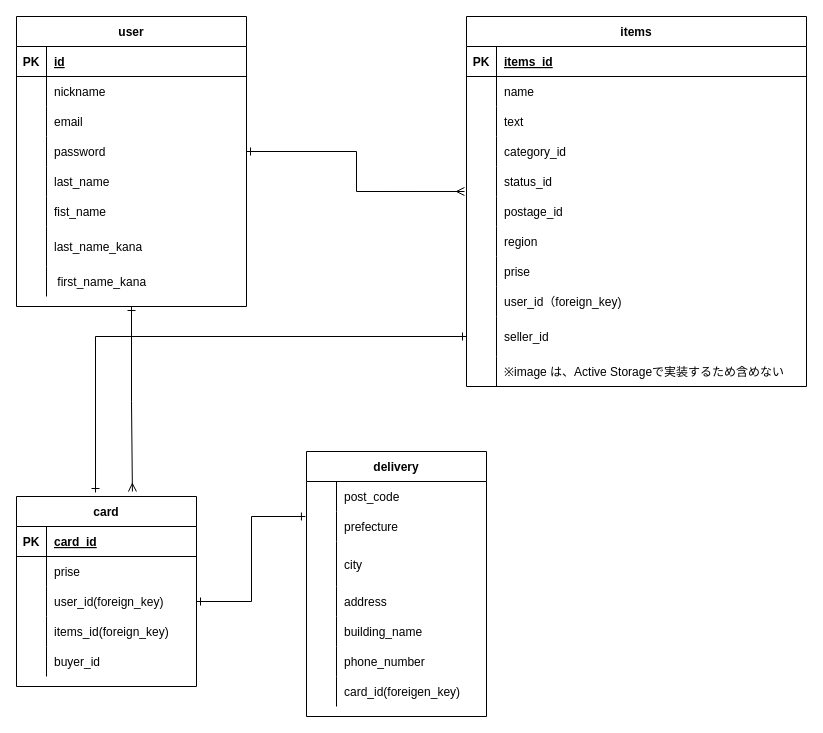
The draw.io diagram furima.dio in hiromikagawa/furima-36904, before the edit. Source tidied: cells renumbered, new cells numbered last; positions are measured from the earlier drawing's top-left corner, leaving out a move shared by most shapes. Both pictures are drawn from the tidied source at 100%, with x=0, y=0 at pixel (16, 16).
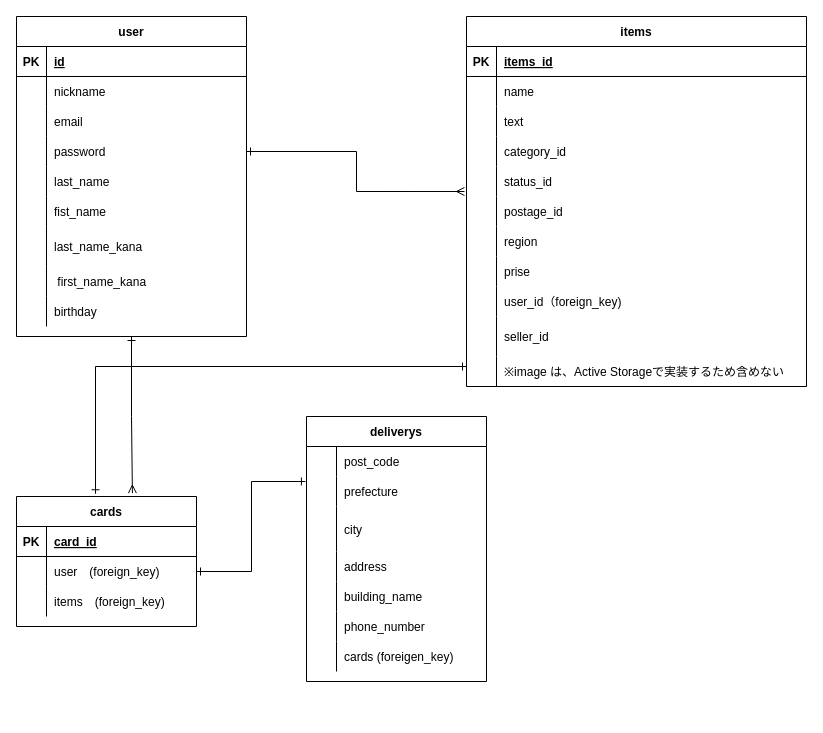
The same diagram, later.

The change refers to these unchanged cells:
```xml
<mxCell id="56" style="shape=partialRectangle;fillColor=none;top=0;left=0;bottom=0;right=0;points=[[0,0.5],[1,0.5]];portConstraint=eastwest;" parent="28" vertex="1">
  <mxGeometry y="300" width="340" height="40" as="geometry" />
</mxCell>
<mxCell id="97" style="shape=partialRectangle;fillColor=none;top=0;left=0;bottom=0;right=0;" parent="78" vertex="1">
  <mxGeometry y="225" width="180" height="30" as="geometry" />
</mxCell>
```

The edit, as a diff of the source:
```diff
@@
     <mxCell id="3" value="user" style="shape=table;startSize=30;childLayout=tableLayout;rowLines=0;fontStyle=1;align=center;fillColor=none;" parent="1" vertex="1">
-      <mxGeometry width="230" height="290" as="geometry" />
+      <mxGeometry width="230" height="320" as="geometry" />
     </mxCell>
@@
+    <mxCell id="103" style="shape=partialRectangle;fillColor=none;top=0;left=0;bottom=0;right=0;" parent="3" vertex="1">
+      <mxGeometry y="280" width="230" height="30" as="geometry" />
+    </mxCell>
+    <mxCell id="104" style="shape=partialRectangle;fillColor=none;top=0;left=0;bottom=0;right=0;overflow=hidden;" parent="103" vertex="1">
+      <mxGeometry width="30" height="30" as="geometry" />
+    </mxCell>
+    <mxCell id="105" value="birthday" style="shape=partialRectangle;fillColor=none;top=0;left=0;bottom=0;right=0;align=left;spacingLeft=6;overflow=hidden;" parent="103" vertex="1">
+      <mxGeometry x="30" width="200" height="30" as="geometry" />
+    </mxCell>
@@
-    <mxCell id="62" value="card" style="shape=table;startSize=30;childLayout=tableLayout;rowLines=0;fontStyle=1;align=center;fillColor=none;" parent="1" vertex="1">
-      <mxGeometry y="480" width="180" height="190" as="geometry" />
+    <mxCell id="62" value="cards" style="shape=table;startSize=30;childLayout=tableLayout;rowLines=0;fontStyle=1;align=center;fillColor=none;" parent="1" vertex="1">
+      <mxGeometry y="480" width="180" height="130" as="geometry" />
     </mxCell>
@@
-    <mxCell id="66" style="shape=partialRectangle;fillColor=none;top=0;left=0;bottom=0;right=0;" parent="62" vertex="1">
-      <mxGeometry y="60" width="180" height="30" as="geometry" />
-    </mxCell>
-    <mxCell id="67" style="shape=partialRectangle;fillColor=none;top=0;left=0;bottom=0;right=0;overflow=hidden;" parent="66" vertex="1">
-      <mxGeometry width="30" height="30" as="geometry" />
-    </mxCell>
-    <mxCell id="68" value="prise" style="shape=partialRectangle;fillColor=none;top=0;left=0;bottom=0;right=0;align=left;spacingLeft=6;overflow=hidden;" parent="66" vertex="1">
-      <mxGeometry x="30" width="150" height="30" as="geometry" />
-    </mxCell>
     <mxCell id="69" style="shape=partialRectangle;fillColor=none;top=0;left=0;bottom=0;right=0;points=[[0,0.5],[1,0.5]];portConstraint=eastwest;" parent="62" vertex="1">
-      <mxGeometry y="90" width="180" height="30" as="geometry" />
+      <mxGeometry y="60" width="180" height="30" as="geometry" />
     </mxCell>
@@
-    <mxCell id="71" value="user_id(foreign_key)" style="shape=partialRectangle;fillColor=none;top=0;left=0;bottom=0;right=0;align=left;spacingLeft=6;overflow=hidden;" parent="69" vertex="1">
+    <mxCell id="71" value="user　(foreign_key)" style="shape=partialRectangle;fillColor=none;top=0;left=0;bottom=0;right=0;align=left;spacingLeft=6;overflow=hidden;" parent="69" vertex="1">
       <mxGeometry x="30" width="150" height="30" as="geometry" />
     </mxCell>
     <mxCell id="72" style="shape=partialRectangle;fillColor=none;top=0;left=0;bottom=0;right=0;" parent="62" vertex="1">
-      <mxGeometry y="120" width="180" height="30" as="geometry" />
+      <mxGeometry y="90" width="180" height="30" as="geometry" />
     </mxCell>
@@
-    <mxCell id="74" value="items_id(foreign_key)" style="shape=partialRectangle;fillColor=none;top=0;left=0;bottom=0;right=0;align=left;spacingLeft=6;overflow=hidden;" parent="72" vertex="1">
+    <mxCell id="74" value="items　(foreign_key)" style="shape=partialRectangle;fillColor=none;top=0;left=0;bottom=0;right=0;align=left;spacingLeft=6;overflow=hidden;" parent="72" vertex="1">
       <mxGeometry x="30" width="150" height="30" as="geometry" />
     </mxCell>
-    <mxCell id="75" style="shape=partialRectangle;fillColor=none;top=0;left=0;bottom=0;right=0;" parent="62" vertex="1">
-      <mxGeometry y="150" width="180" height="30" as="geometry" />
-    </mxCell>
-    <mxCell id="76" style="shape=partialRectangle;fillColor=none;top=0;left=0;bottom=0;right=0;overflow=hidden;" parent="75" vertex="1">
-      <mxGeometry width="30" height="30" as="geometry" />
-    </mxCell>
-    <mxCell id="77" value="buyer_id" style="shape=partialRectangle;fillColor=none;top=0;left=0;bottom=0;right=0;align=left;spacingLeft=6;overflow=hidden;" parent="75" vertex="1">
-      <mxGeometry x="30" width="150" height="30" as="geometry" />
-    </mxCell>
-    <mxCell id="78" value="delivery" style="shape=table;startSize=30;childLayout=tableLayout;rowLines=0;fontStyle=1;align=center;fillColor=none;" parent="1" vertex="1">
-      <mxGeometry x="290" y="435" width="180" height="265" as="geometry" />
+    <mxCell id="78" value="deliverys" style="shape=table;startSize=30;childLayout=tableLayout;rowLines=0;fontStyle=1;align=center;fillColor=none;" parent="1" vertex="1">
+      <mxGeometry x="290" y="400" width="180" height="265" as="geometry" />
     </mxCell>
@@
-    <mxCell id="99" value="card_id(foreigen_key)" style="shape=partialRectangle;fillColor=none;top=0;left=0;bottom=0;right=0;align=left;spacingLeft=6;overflow=hidden;" parent="97" vertex="1">
+    <mxCell id="99" value="cards (foreigen_key)" style="shape=partialRectangle;fillColor=none;top=0;left=0;bottom=0;right=0;align=left;spacingLeft=6;overflow=hidden;" parent="97" vertex="1">
       <mxGeometry x="30" width="150" height="30" as="geometry" />
     </mxCell>
@@
-    <mxCell id="102" style="edgeStyle=orthogonalEdgeStyle;rounded=0;jettySize=auto;html=1;entryX=0.439;entryY=-0.021;entryDx=0;entryDy=0;entryPerimeter=0;startArrow=ERone;startFill=0;endArrow=ERone;endFill=0;" parent="1" edge="1" source="56" target="62">
-      <mxGeometry relative="1" as="geometry" />
+    <mxCell id="102" style="edgeStyle=orthogonalEdgeStyle;rounded=0;jettySize=auto;html=1;entryX=0.439;entryY=-0.021;entryDx=0;entryDy=0;entryPerimeter=0;startArrow=ERone;startFill=0;endArrow=ERone;endFill=0;" parent="1" edge="1" target="62">
+      <mxGeometry relative="1" as="geometry">
+        <mxPoint x="450" y="350" as="sourcePoint" />
+        <Array as="points">
+          <mxPoint x="79" y="350" />
+        </Array>
+      </mxGeometry>
     </mxCell>
```
